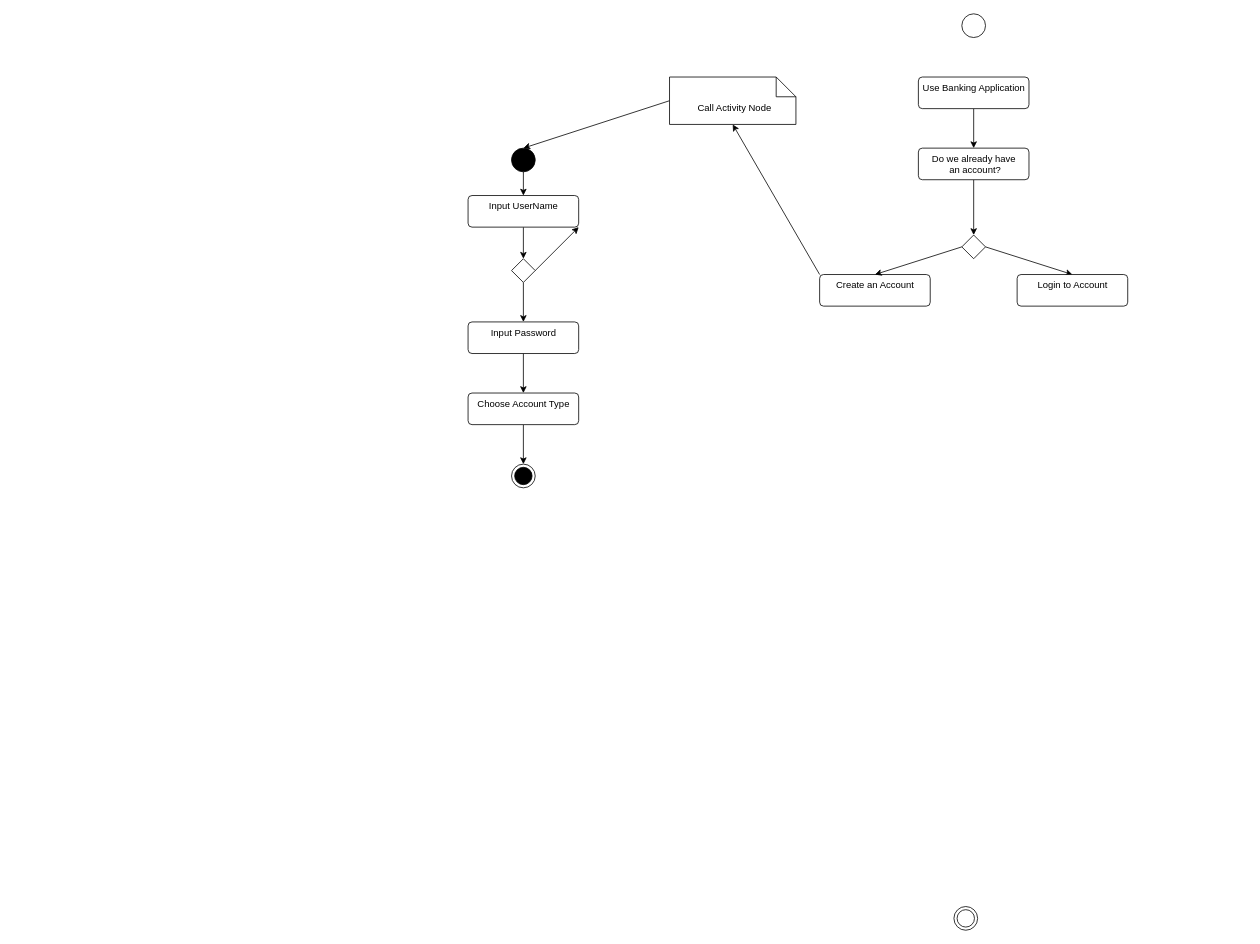
This is Activity.drawio from CKozlowski01/CMP9134-SoftwareEngineering, a draw.io file, before an edit. Source tidied: cells renumbered, new cells numbered last; positions are measured from the earlier drawing's top-left corner, leaving out a move shared by most shapes. Both pictures are drawn from the tidied source at 79%, with x=0, y=0 at pixel (468, 13).
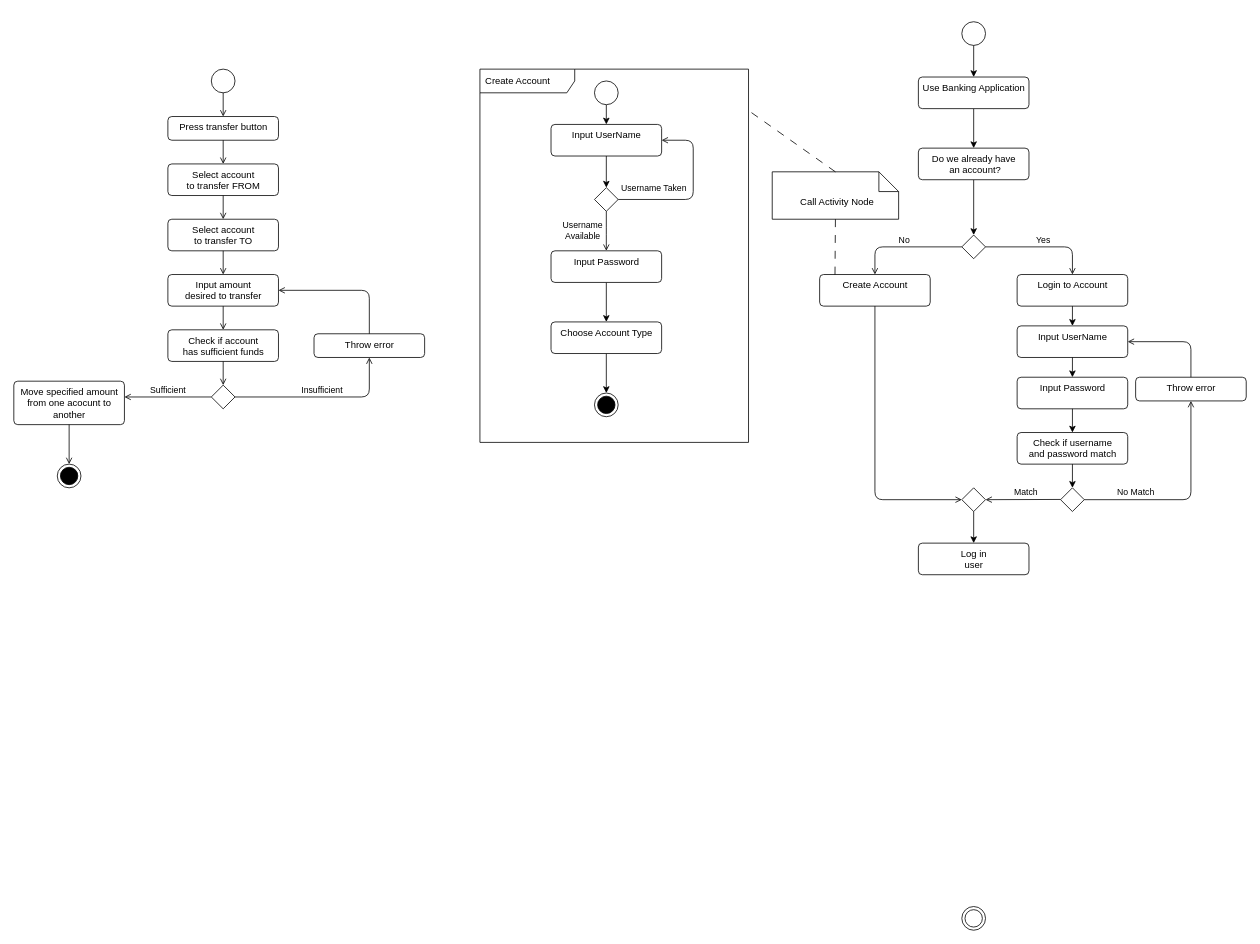
The same diagram, later.

Commit message:
Cleaned up, needs adding account details, deposit and withdraw

The change refers to these unchanged cells:
```xml
<mxCell id="5" value="Use Banking Application" style="html=1;align=center;verticalAlign=top;rounded=1;absoluteArcSize=1;arcSize=10;dashed=0;" parent="1" vertex="1">
  <mxGeometry x="570" y="80" width="140" height="40" as="geometry" />
</mxCell>
<mxCell id="12" style="rhombus;" parent="1" vertex="1">
  <mxGeometry x="625" y="280" width="30" height="30" as="geometry" />
</mxCell>
<mxCell id="13" value="Login to Account" style="html=1;align=center;verticalAlign=top;rounded=1;absoluteArcSize=1;arcSize=10;dashed=0;" parent="1" vertex="1">
  <mxGeometry x="695" y="330" width="140" height="40" as="geometry" />
</mxCell>
```

Diff of the diagram source:
```diff
@@
+    <mxCell id="28" value="Create Account" style="shape=umlFrame;whiteSpace=wrap;html=1;width=120;height=30;boundedLbl=1;verticalAlign=middle;align=left;spacingLeft=5;" parent="1" vertex="1">
+      <mxGeometry x="15" y="70" width="340" height="472.5" as="geometry" />
+    </mxCell>
     <mxCell id="2" style="ellipse;" parent="1" vertex="1">
-      <mxGeometry x="625" width="30" height="30" as="geometry" />
+      <mxGeometry x="625" y="10" width="30" height="30" as="geometry" />
     </mxCell>
     <mxCell id="3" style="ellipse;html=1;shape=endState;" parent="1" vertex="1">
-      <mxGeometry x="615" y="1130" width="30" height="30" as="geometry" />
+      <mxGeometry x="625" y="1130" width="30" height="30" as="geometry" />
     </mxCell>
@@
-    <mxCell id="6" style="edgeStyle=none;html=1;exitX=0;exitY=0;exitDx=0;exitDy=0;entryX=0.5;entryY=1;entryDx=0;entryDy=0;entryPerimeter=0;" parent="1" edge="1" source="7" target="15">
-      <mxGeometry relative="1" as="geometry" />
-    </mxCell>
-    <mxCell id="7" value="Create an Account" style="html=1;align=center;verticalAlign=top;rounded=1;absoluteArcSize=1;arcSize=10;dashed=0;" parent="1" vertex="1">
+    <mxCell id="7" value="Create Account" style="html=1;align=center;verticalAlign=top;rounded=1;absoluteArcSize=1;arcSize=10;dashed=0;" parent="1" vertex="1">
       <mxGeometry x="445" y="330" width="140" height="40" as="geometry" />
     </mxCell>
@@
-    <mxCell id="10" style="edgeStyle=none;html=1;exitX=0;exitY=0.5;exitDx=0;exitDy=0;entryX=0.5;entryY=0;entryDx=0;entryDy=0;" parent="1" edge="1" source="12" target="7">
-      <mxGeometry relative="1" as="geometry" />
-    </mxCell>
-    <mxCell id="11" style="edgeStyle=none;html=1;exitX=1;exitY=0.5;exitDx=0;exitDy=0;entryX=0.5;entryY=0;entryDx=0;entryDy=0;" parent="1" edge="1" source="12" target="13">
-      <mxGeometry relative="1" as="geometry" />
-    </mxCell>
@@
-    <mxCell id="14" style="edgeStyle=none;html=1;exitX=0;exitY=0.5;exitDx=0;exitDy=0;exitPerimeter=0;entryX=0.5;entryY=0;entryDx=0;entryDy=0;" parent="1" edge="1" source="15" target="17">
-      <mxGeometry relative="1" as="geometry" />
-    </mxCell>
     <mxCell id="15" value="Call Activity Node" style="shape=note2;boundedLbl=1;whiteSpace=wrap;html=1;size=25;verticalAlign=top;align=center;spacingLeft=5;" parent="1" vertex="1">
-      <mxGeometry x="255" y="80" width="160" height="60" as="geometry" />
+      <mxGeometry x="385" y="200" width="160" height="60" as="geometry" />
     </mxCell>
@@
-    <mxCell id="17" style="ellipse;fillColor=strokeColor;" parent="1" vertex="1">
-      <mxGeometry x="55" y="170" width="30" height="30" as="geometry" />
+    <mxCell id="17" style="ellipse;" parent="1" vertex="1">
+      <mxGeometry x="160" y="85" width="30" height="30" as="geometry" />
     </mxCell>
@@
     <mxCell id="19" value="Input UserName" style="html=1;align=center;verticalAlign=top;rounded=1;absoluteArcSize=1;arcSize=10;dashed=0;" parent="1" vertex="1">
-      <mxGeometry y="230" width="140" height="40" as="geometry" />
+      <mxGeometry x="105" y="140" width="140" height="40" as="geometry" />
     </mxCell>
-    <mxCell id="20" style="edgeStyle=none;html=1;exitX=1;exitY=0.5;exitDx=0;exitDy=0;entryX=1;entryY=1;entryDx=0;entryDy=0;" parent="1" edge="1" source="22" target="19">
-      <mxGeometry relative="1" as="geometry" />
-    </mxCell>
-    <mxCell id="21" style="edgeStyle=none;html=1;exitX=0.5;exitY=1;exitDx=0;exitDy=0;entryX=0.5;entryY=0;entryDx=0;entryDy=0;" parent="1" edge="1" source="22" target="24">
-      <mxGeometry relative="1" as="geometry" />
-    </mxCell>
     <mxCell id="22" style="rhombus;" parent="1" vertex="1">
-      <mxGeometry x="55" y="310" width="30" height="30" as="geometry" />
+      <mxGeometry x="160" y="220" width="30" height="30" as="geometry" />
     </mxCell>
@@
     <mxCell id="24" value="Input Password" style="html=1;align=center;verticalAlign=top;rounded=1;absoluteArcSize=1;arcSize=10;dashed=0;" parent="1" vertex="1">
-      <mxGeometry y="390" width="140" height="40" as="geometry" />
+      <mxGeometry x="105" y="300" width="140" height="40" as="geometry" />
     </mxCell>
@@
     <mxCell id="26" value="Choose Account Type" style="html=1;align=center;verticalAlign=top;rounded=1;absoluteArcSize=1;arcSize=10;dashed=0;" parent="1" vertex="1">
-      <mxGeometry y="480" width="140" height="40" as="geometry" />
+      <mxGeometry x="105" y="390" width="140" height="40" as="geometry" />
     </mxCell>
     <mxCell id="27" style="ellipse;html=1;shape=endState;fillColor=strokeColor;" parent="1" vertex="1">
-      <mxGeometry x="55" y="570" width="30" height="30" as="geometry" />
+      <mxGeometry x="160" y="480" width="30" height="30" as="geometry" />
     </mxCell>
+    <mxCell id="29" style="ellipse;html=1;" parent="1" vertex="1">
+      <mxGeometry x="-325" y="70" width="30" height="30" as="geometry" />
+    </mxCell>
+    <mxCell id="30" style="endArrow=open;html=1;rounded=0;align=center;verticalAlign=top;endFill=0;labelBackgroundColor=none;endSize=6;entryX=0.5;entryY=0;entryDx=0;entryDy=0;" parent="1" edge="1" source="29" target="31">
+      <mxGeometry relative="1" as="geometry" />
+    </mxCell>
+    <mxCell id="31" value="Press transfer button" style="html=1;align=center;verticalAlign=top;rounded=1;absoluteArcSize=1;arcSize=10;dashed=0;" parent="1" vertex="1">
+      <mxGeometry x="-380" y="130" width="140" height="30" as="geometry" />
+    </mxCell>
+    <mxCell id="32" value="Select account&lt;br&gt;to transfer FROM" style="html=1;align=center;verticalAlign=top;rounded=1;absoluteArcSize=1;arcSize=10;dashed=0;" parent="1" vertex="1">
+      <mxGeometry x="-380" y="190" width="140" height="40" as="geometry" />
+    </mxCell>
+    <mxCell id="33" style="endArrow=open;html=1;rounded=0;align=center;verticalAlign=top;endFill=0;labelBackgroundColor=none;endSize=6;entryX=0.5;entryY=0;entryDx=0;entryDy=0;exitX=0.5;exitY=1;exitDx=0;exitDy=0;" parent="1" edge="1" source="31" target="32">
+      <mxGeometry relative="1" as="geometry" />
+    </mxCell>
+    <mxCell id="34" value="Select account&lt;br&gt;to transfer TO" style="html=1;align=center;verticalAlign=top;rounded=1;absoluteArcSize=1;arcSize=10;dashed=0;" parent="1" vertex="1">
+      <mxGeometry x="-380" y="260" width="140" height="40" as="geometry" />
+    </mxCell>
+    <mxCell id="35" style="endArrow=open;html=1;rounded=0;align=center;verticalAlign=top;endFill=0;labelBackgroundColor=none;endSize=6;entryX=0.5;entryY=0;entryDx=0;entryDy=0;exitX=0.5;exitY=1;exitDx=0;exitDy=0;" parent="1" edge="1" source="32" target="34">
+      <mxGeometry relative="1" as="geometry" />
+    </mxCell>
+    <mxCell id="36" value="Input amount&lt;br&gt;desired to transfer" style="html=1;align=center;verticalAlign=top;rounded=1;absoluteArcSize=1;arcSize=10;dashed=0;" parent="1" vertex="1">
+      <mxGeometry x="-380" y="330" width="140" height="40" as="geometry" />
+    </mxCell>
+    <mxCell id="37" value="Check if account&lt;br&gt;has sufficient funds&lt;br&gt;" style="html=1;align=center;verticalAlign=top;rounded=1;absoluteArcSize=1;arcSize=10;dashed=0;" parent="1" vertex="1">
+      <mxGeometry x="-380" y="400" width="140" height="40" as="geometry" />
+    </mxCell>
+    <mxCell id="38" style="endArrow=open;html=1;rounded=0;align=center;verticalAlign=top;endFill=0;labelBackgroundColor=none;endSize=6;entryX=0.5;entryY=0;entryDx=0;entryDy=0;exitX=0.5;exitY=1;exitDx=0;exitDy=0;" parent="1" edge="1" source="34" target="36">
+      <mxGeometry relative="1" as="geometry" />
+    </mxCell>
+    <mxCell id="39" style="endArrow=open;html=1;rounded=0;align=center;verticalAlign=top;endFill=0;labelBackgroundColor=none;endSize=6;entryX=0.5;entryY=0;entryDx=0;entryDy=0;exitX=0.5;exitY=1;exitDx=0;exitDy=0;" parent="1" edge="1" source="36" target="37">
+      <mxGeometry relative="1" as="geometry" />
+    </mxCell>
+    <mxCell id="40" style="rhombus;" parent="1" vertex="1">
+      <mxGeometry x="-325" y="470" width="30" height="30" as="geometry" />
+    </mxCell>
+    <mxCell id="41" style="endArrow=open;html=1;rounded=0;align=center;verticalAlign=top;endFill=0;labelBackgroundColor=none;endSize=6;entryX=0.5;entryY=0;entryDx=0;entryDy=0;exitX=0.5;exitY=1;exitDx=0;exitDy=0;" parent="1" edge="1" source="37" target="40">
+      <mxGeometry relative="1" as="geometry" />
+    </mxCell>
+    <mxCell id="42" value="Throw error" style="html=1;align=center;verticalAlign=top;rounded=1;absoluteArcSize=1;arcSize=10;dashed=0;" parent="1" vertex="1">
+      <mxGeometry x="-195" y="405" width="140" height="30" as="geometry" />
+    </mxCell>
+    <mxCell id="43" value="Sufficient" style="html=1;verticalAlign=bottom;labelBackgroundColor=none;endArrow=open;endFill=0;exitX=0;exitY=0.5;exitDx=0;exitDy=0;" parent="1" edge="1" source="40">
+      <mxGeometry relative="1" as="geometry">
+        <mxPoint x="-435" y="485" as="targetPoint" />
+      </mxGeometry>
+    </mxCell>
+    <mxCell id="44" value="Insufficient" style="html=1;verticalAlign=bottom;labelBackgroundColor=none;endArrow=open;endFill=0;exitX=1;exitY=0.5;exitDx=0;exitDy=0;entryX=0.5;entryY=1;entryDx=0;entryDy=0;" parent="1" edge="1" source="40" target="42">
+      <mxGeometry relative="1" as="geometry">
+        <Array as="points">
+          <mxPoint x="-125" y="485" />
+        </Array>
+      </mxGeometry>
+    </mxCell>
+    <mxCell id="45" value="Move specified amount&lt;br&gt;from one acocunt to&lt;br&gt;another" style="html=1;align=center;verticalAlign=top;rounded=1;absoluteArcSize=1;arcSize=10;dashed=0;" parent="1" vertex="1">
+      <mxGeometry x="-575" y="465" width="140" height="55" as="geometry" />
+    </mxCell>
+    <mxCell id="46" style="ellipse;html=1;shape=endState;fillColor=strokeColor;" parent="1" vertex="1">
+      <mxGeometry x="-520" y="570" width="30" height="30" as="geometry" />
+    </mxCell>
+    <mxCell id="47" style="endArrow=open;html=1;rounded=0;align=center;verticalAlign=top;endFill=0;labelBackgroundColor=none;endSize=6;entryX=0.5;entryY=0;entryDx=0;entryDy=0;exitX=0.5;exitY=1;exitDx=0;exitDy=0;" parent="1" edge="1" source="45" target="46">
+      <mxGeometry relative="1" as="geometry" />
+    </mxCell>
+    <mxCell id="48" style="endArrow=none;startArrow=none;endFill=0;startFill=0;endSize=8;html=1;verticalAlign=bottom;dashed=1;labelBackgroundColor=none;dashPattern=10 10;exitX=0.5;exitY=1;exitDx=0;exitDy=0;exitPerimeter=0;entryX=0.139;entryY=0;entryDx=0;entryDy=0;entryPerimeter=0;" parent="1" edge="1" source="15" target="7">
+      <mxGeometry relative="1" as="geometry" />
+    </mxCell>
+    <mxCell id="49" style="endArrow=none;startArrow=none;endFill=0;startFill=0;endSize=8;html=1;verticalAlign=bottom;dashed=1;labelBackgroundColor=none;dashPattern=10 10;exitX=0.5;exitY=0;exitDx=0;exitDy=0;exitPerimeter=0;entryX=1;entryY=0.111;entryDx=0;entryDy=0;entryPerimeter=0;" parent="1" edge="1" source="15" target="28">
+      <mxGeometry relative="1" as="geometry" />
+    </mxCell>
+    <mxCell id="50" style="edgeStyle=none;html=1;exitX=0.5;exitY=1;exitDx=0;exitDy=0;entryX=0.5;entryY=0;entryDx=0;entryDy=0;" parent="1" edge="1" source="2" target="5">
+      <mxGeometry relative="1" as="geometry" />
+    </mxCell>
+    <mxCell id="11" value="Yes" style="html=1;verticalAlign=bottom;labelBackgroundColor=none;endArrow=open;endFill=0;exitX=1;exitY=0.5;exitDx=0;exitDy=0;entryX=0.5;entryY=0;entryDx=0;entryDy=0;" parent="1" edge="1" source="12" target="13">
+      <mxGeometry relative="1" as="geometry">
+        <Array as="points">
+          <mxPoint x="765" y="295" />
+        </Array>
+      </mxGeometry>
+    </mxCell>
+    <mxCell id="10" value="No" style="html=1;verticalAlign=bottom;labelBackgroundColor=none;endArrow=open;endFill=0;exitX=0;exitY=0.5;exitDx=0;exitDy=0;entryX=0.5;entryY=0;entryDx=0;entryDy=0;" parent="1" edge="1" source="12" target="7">
+      <mxGeometry relative="1" as="geometry">
+        <Array as="points">
+          <mxPoint x="515" y="295" />
+        </Array>
+      </mxGeometry>
+    </mxCell>
+    <mxCell id="20" value="Username Taken" style="html=1;verticalAlign=bottom;labelBackgroundColor=none;endArrow=open;endFill=0;exitX=1;exitY=0.5;exitDx=0;exitDy=0;entryX=1;entryY=0.5;entryDx=0;entryDy=0;" parent="1" edge="1" source="22" target="19">
+      <mxGeometry x="-0.57" y="5" relative="1" as="geometry">
+        <Array as="points">
+          <mxPoint x="285" y="235" />
+          <mxPoint x="285" y="160" />
+        </Array>
+      </mxGeometry>
+    </mxCell>
+    <mxCell id="21" value="Username&lt;br&gt;Available" style="html=1;verticalAlign=bottom;labelBackgroundColor=none;endArrow=open;endFill=0;exitX=0.5;exitY=1;exitDx=0;exitDy=0;entryX=0.5;entryY=0;entryDx=0;entryDy=0;" parent="1" edge="1" source="22" target="24">
+      <mxGeometry x="0.6" y="-30" relative="1" as="geometry">
+        <Array as="points">
+          <mxPoint x="175" y="280" />
+        </Array>
+      </mxGeometry>
+    </mxCell>
+    <mxCell id="51" style="html=1;verticalAlign=bottom;labelBackgroundColor=none;endArrow=open;endFill=0;exitX=0.5;exitY=0;exitDx=0;exitDy=0;entryX=1;entryY=0.5;entryDx=0;entryDy=0;" parent="1" edge="1" source="42" target="36">
+      <mxGeometry relative="1" as="geometry">
+        <Array as="points">
+          <mxPoint x="-125" y="350" />
+        </Array>
+      </mxGeometry>
+    </mxCell>
+    <mxCell id="52" value="Input UserName" style="html=1;align=center;verticalAlign=top;rounded=1;absoluteArcSize=1;arcSize=10;dashed=0;" parent="1" vertex="1">
+      <mxGeometry x="695" y="395" width="140" height="40" as="geometry" />
+    </mxCell>
+    <mxCell id="53" value="Input Password" style="html=1;align=center;verticalAlign=top;rounded=1;absoluteArcSize=1;arcSize=10;dashed=0;" parent="1" vertex="1">
+      <mxGeometry x="695" y="460" width="140" height="40" as="geometry" />
+    </mxCell>
+    <mxCell id="54" style="edgeStyle=none;html=1;exitX=0.5;exitY=1;exitDx=0;exitDy=0;entryX=0.5;entryY=0;entryDx=0;entryDy=0;" parent="1" edge="1" source="13" target="52">
+      <mxGeometry relative="1" as="geometry" />
+    </mxCell>
+    <mxCell id="55" style="edgeStyle=none;html=1;entryX=0.5;entryY=0;entryDx=0;entryDy=0;exitX=0.5;exitY=1;exitDx=0;exitDy=0;" parent="1" edge="1" source="52" target="53">
+      <mxGeometry relative="1" as="geometry" />
+    </mxCell>
+    <mxCell id="56" value="Check if username&lt;br&gt;and password match" style="html=1;align=center;verticalAlign=top;rounded=1;absoluteArcSize=1;arcSize=10;dashed=0;" parent="1" vertex="1">
+      <mxGeometry x="695" y="530" width="140" height="40" as="geometry" />
+    </mxCell>
+    <mxCell id="57" style="edgeStyle=none;html=1;entryX=0.5;entryY=0;entryDx=0;entryDy=0;exitX=0.5;exitY=1;exitDx=0;exitDy=0;" parent="1" edge="1" source="53" target="56">
+      <mxGeometry relative="1" as="geometry" />
+    </mxCell>
+    <mxCell id="58" style="rhombus;" parent="1" vertex="1">
+      <mxGeometry x="750" y="600" width="30" height="30" as="geometry" />
+    </mxCell>
+    <mxCell id="59" style="edgeStyle=none;html=1;entryX=0.5;entryY=0;entryDx=0;entryDy=0;exitX=0.5;exitY=1;exitDx=0;exitDy=0;" parent="1" edge="1" source="56" target="58">
+      <mxGeometry relative="1" as="geometry" />
+    </mxCell>
+    <mxCell id="60" value="No Match" style="html=1;verticalAlign=bottom;labelBackgroundColor=none;endArrow=open;endFill=0;exitX=1;exitY=0.5;exitDx=0;exitDy=0;entryX=0.5;entryY=1;entryDx=0;entryDy=0;" parent="1" edge="1" source="58" target="62">
+      <mxGeometry x="-0.5" relative="1" as="geometry">
+        <Array as="points">
+          <mxPoint x="915" y="615" />
+        </Array>
+      </mxGeometry>
+    </mxCell>
+    <mxCell id="61" value="Match" style="html=1;verticalAlign=bottom;labelBackgroundColor=none;endArrow=open;endFill=0;exitX=0;exitY=0.5;exitDx=0;exitDy=0;entryX=1;entryY=0.5;entryDx=0;entryDy=0;" parent="1" edge="1" target="64">
+      <mxGeometry x="-0.07" relative="1" as="geometry">
+        <mxPoint x="750" y="614.7" as="sourcePoint" />
+      </mxGeometry>
+    </mxCell>
+    <mxCell id="62" value="Throw error" style="html=1;align=center;verticalAlign=top;rounded=1;absoluteArcSize=1;arcSize=10;dashed=0;" parent="1" vertex="1">
+      <mxGeometry x="845" y="460" width="140" height="30" as="geometry" />
+    </mxCell>
+    <mxCell id="63" style="html=1;verticalAlign=bottom;labelBackgroundColor=none;endArrow=open;endFill=0;exitX=0.5;exitY=0;exitDx=0;exitDy=0;entryX=1;entryY=0.5;entryDx=0;entryDy=0;" parent="1" edge="1" source="62" target="52">
+      <mxGeometry relative="1" as="geometry">
+        <Array as="points">
+          <mxPoint x="915" y="415" />
+        </Array>
+      </mxGeometry>
+    </mxCell>
+    <mxCell id="64" style="rhombus;" parent="1" vertex="1">
+      <mxGeometry x="625" y="600" width="30" height="30" as="geometry" />
+    </mxCell>
+    <mxCell id="65" style="html=1;verticalAlign=bottom;labelBackgroundColor=none;endArrow=open;endFill=0;exitX=0.5;exitY=1;exitDx=0;exitDy=0;entryX=0;entryY=0.5;entryDx=0;entryDy=0;" parent="1" edge="1" source="7" target="64">
+      <mxGeometry relative="1" as="geometry">
+        <Array as="points">
+          <mxPoint x="515" y="615" />
+        </Array>
+      </mxGeometry>
+    </mxCell>
+    <mxCell id="66" value="Log in&lt;br&gt;user" style="html=1;align=center;verticalAlign=top;rounded=1;absoluteArcSize=1;arcSize=10;dashed=0;" parent="1" vertex="1">
+      <mxGeometry x="570" y="670" width="140" height="40" as="geometry" />
+    </mxCell>
+    <mxCell id="67" style="edgeStyle=none;html=1;entryX=0.5;entryY=0;entryDx=0;entryDy=0;exitX=0.5;exitY=1;exitDx=0;exitDy=0;" parent="1" edge="1" source="64" target="66">
+      <mxGeometry relative="1" as="geometry" />
+    </mxCell>
```
